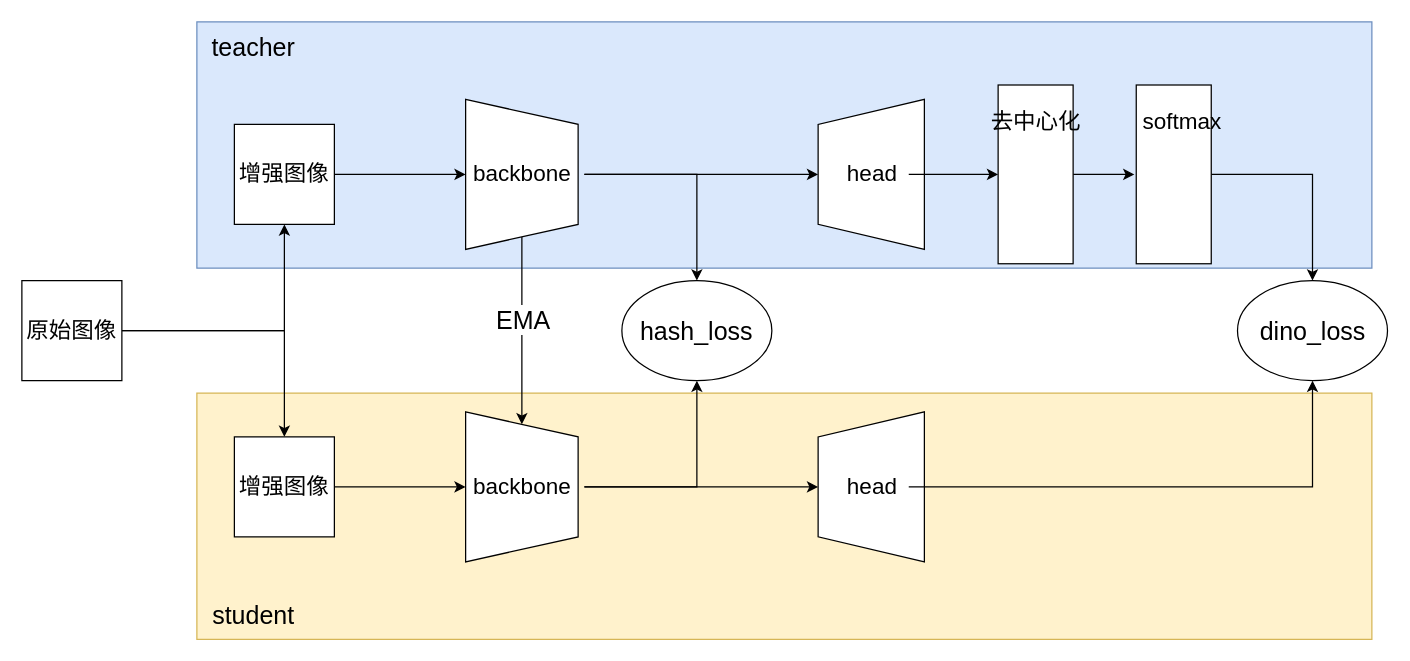
Before: dino.drawio in taozi-gad/draw, a draw.io diagram. Source tidied: cells renumbered, new cells numbered last; positions are measured from the earlier drawing's top-left corner, leaving out a move shared by most shapes. Both pictures are drawn from the tidied source at 125%, with x=0, y=0 at pixel (21, 21).
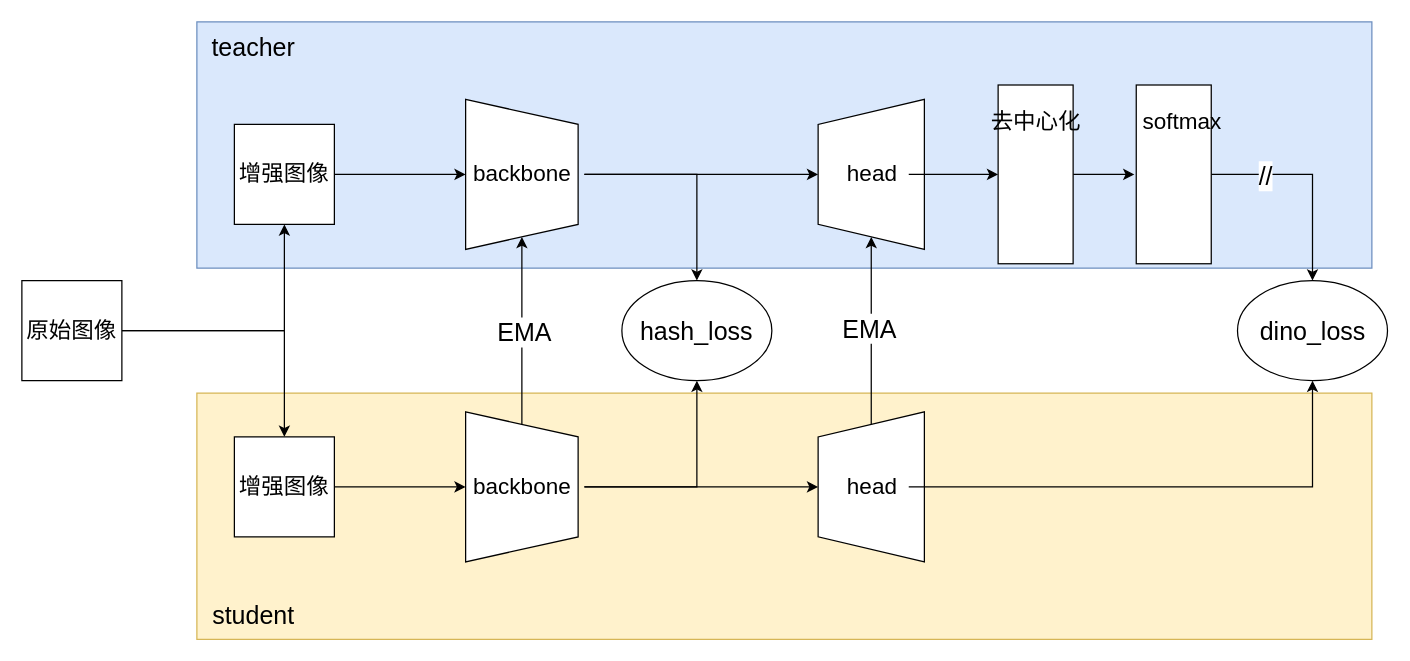
The same diagram, later.

Unchanged cells that the change refers to:
```xml
<mxCell id="13" style="shape=trapezoid;perimeter=trapezoidPerimeter;whiteSpace=wrap;html=1;fixedSize=1;rotation=90;" parent="1" vertex="1">
  <mxGeometry x="340" y="77" width="120" height="90" as="geometry" />
</mxCell>
<mxCell id="14" style="shape=trapezoid;perimeter=trapezoidPerimeter;whiteSpace=wrap;html=1;fixedSize=1;rotation=90;" parent="1" vertex="1">
  <mxGeometry x="340" y="327" width="120" height="90" as="geometry" />
</mxCell>
<mxCell id="21" style="shape=trapezoid;perimeter=trapezoidPerimeter;whiteSpace=wrap;html=1;fixedSize=1;rotation=-90;" parent="1" vertex="1">
  <mxGeometry x="619.5" y="79.5" width="120" height="85" as="geometry" />
</mxCell>
<mxCell id="24" style="shape=trapezoid;perimeter=trapezoidPerimeter;whiteSpace=wrap;html=1;fixedSize=1;rotation=-90;" parent="1" vertex="1">
  <mxGeometry x="619.5" y="329.5" width="120" height="85" as="geometry" />
</mxCell>
<mxCell id="34" style="edgeStyle=orthogonalEdgeStyle;rounded=0;jettySize=auto;html=1;entryX=0.5;entryY=0;entryDx=0;entryDy=0;" parent="1" edge="1" source="35" target="30">
  <mxGeometry relative="1" as="geometry" />
</mxCell>
```

What changed in the source:
```diff
@@
-    <mxCell id="11" style="edgeStyle=orthogonalEdgeStyle;rounded=0;jettySize=auto;html=1;entryX=0;entryY=0.5;entryDx=0;entryDy=0;" parent="1" edge="1" source="13" target="14">
-      <mxGeometry relative="1" as="geometry" />
-    </mxCell>
-    <mxCell id="12" value="&lt;font style=&quot;font-size: 20px;&quot;&gt;EMA&lt;/font&gt;" style="edgeLabel;html=1;align=center;verticalAlign=middle;" parent="11" vertex="1">
-      <mxGeometry x="-0.28" relative="1" as="geometry">
-        <mxPoint y="11" as="offset" />
-      </mxGeometry>
-    </mxCell>
@@
+    <mxCell id="37" style="edgeStyle=orthogonalEdgeStyle;rounded=0;jettySize=auto;html=1;" parent="1" edge="1" source="14" target="13">
+      <mxGeometry relative="1" as="geometry" />
+    </mxCell>
+    <mxCell id="38" value="&lt;font style=&quot;font-size: 20px;&quot;&gt;EMA&lt;/font&gt;" style="edgeLabel;html=1;align=center;verticalAlign=middle;" parent="37" vertex="1">
+      <mxGeometry y="-1" relative="1" as="geometry" />
+    </mxCell>
@@
+    <mxCell id="39" style="edgeStyle=orthogonalEdgeStyle;rounded=0;jettySize=auto;html=1;entryX=0;entryY=0.5;entryDx=0;entryDy=0;" parent="1" edge="1" source="24" target="21">
+      <mxGeometry relative="1" as="geometry" />
+    </mxCell>
+    <mxCell id="40" value="&lt;font style=&quot;font-size: 20px;&quot;&gt;EMA&lt;/font&gt;" style="edgeLabel;html=1;align=center;verticalAlign=middle;" parent="39" vertex="1">
+      <mxGeometry x="0.04" y="2" relative="1" as="geometry" />
+    </mxCell>
@@
+    <mxCell id="41" value="&lt;font style=&quot;font-size: 20px;&quot;&gt;//&lt;/font&gt;" style="edgeLabel;html=1;align=center;verticalAlign=middle;" parent="34" vertex="1">
+      <mxGeometry x="-0.48" relative="1" as="geometry" />
+    </mxCell>
```
